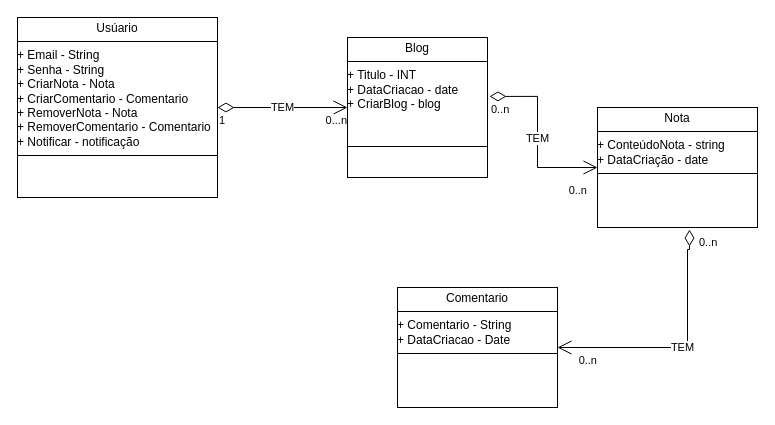
Above: Diagrama sem nome.drawio in Rdfelix/LAB---2019.2 (draw.io), before the change. Source tidied: cells renumbered, new cells numbered last; positions are measured from the earlier drawing's top-left corner, leaving out a move shared by most shapes. Both pictures are drawn from the tidied source at 100%, with x=0, y=0 at pixel (17, 17).
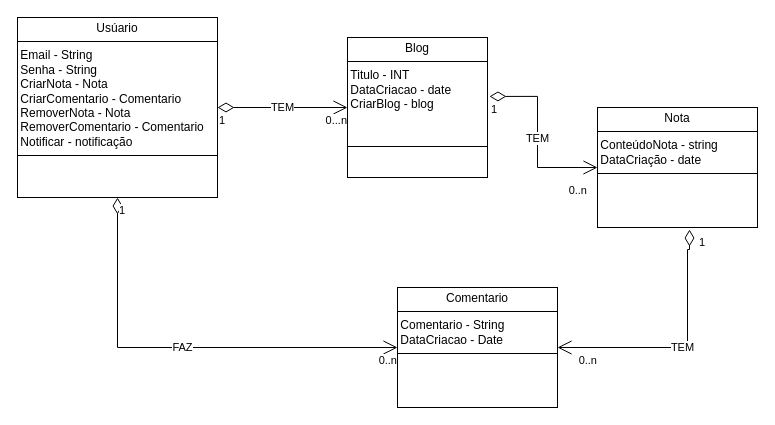
The same diagram, later.

The change refers to these unchanged cells:
```xml
<mxCell id="9" value="TEM" style="endArrow=open;html=1;endSize=12;startArrow=diamondThin;startSize=14;startFill=0;edgeStyle=orthogonalEdgeStyle;rounded=0;exitX=1.014;exitY=0.421;exitDx=0;exitDy=0;exitPerimeter=0;entryX=0;entryY=0.5;entryDx=0;entryDy=0;" parent="1" edge="1" source="4" target="3">
  <mxGeometry relative="1" as="geometry">
    <Array as="points">
      <mxPoint x="520" y="79" />
      <mxPoint x="520" y="150" />
    </Array>
  </mxGeometry>
</mxCell>
<mxCell id="12" value="TEM" style="endArrow=open;html=1;endSize=12;startArrow=diamondThin;startSize=14;startFill=0;edgeStyle=orthogonalEdgeStyle;rounded=0;exitX=0.575;exitY=1.017;exitDx=0;exitDy=0;exitPerimeter=0;entryX=1;entryY=0.5;entryDx=0;entryDy=0;" parent="1" edge="1" source="3" target="5">
  <mxGeometry relative="1" as="geometry">
    <Array as="points">
      <mxPoint x="670" y="232" />
      <mxPoint x="670" y="330" />
    </Array>
  </mxGeometry>
</mxCell>
```

The edit, as a diff of the source:
```diff
@@
-    <mxCell id="2" value="&lt;p style=&quot;margin:0px;margin-top:4px;text-align:center;&quot;&gt;Usúario&lt;/p&gt;&lt;hr size=&quot;1&quot; style=&quot;border-style:solid;&quot;&gt;&lt;div&gt;+ Email - String&lt;/div&gt;&lt;div&gt;+ Senha - String&lt;/div&gt;&lt;div&gt;+ CriarNota - Nota&lt;/div&gt;&lt;div&gt;+ CriarComentario - Comentario&lt;/div&gt;&lt;div&gt;+ RemoverNota - Nota&lt;/div&gt;&lt;div&gt;+ RemoverComentario - Comentario&lt;/div&gt;&lt;div&gt;+ Notificar - notificação&lt;br&gt;&lt;/div&gt;&lt;p style=&quot;margin:0px;margin-left:4px;&quot;&gt;&lt;/p&gt;&lt;hr size=&quot;1&quot; style=&quot;border-style:solid;&quot;&gt;&lt;p style=&quot;margin:0px;margin-left:4px;&quot;&gt;&lt;br&gt;&lt;/p&gt;" style="verticalAlign=top;align=left;overflow=fill;html=1;whiteSpace=wrap;" parent="1" vertex="1">
+    <mxCell id="2" value="&lt;p style=&quot;margin:0px;margin-top:4px;text-align:center;&quot;&gt;Usúario&lt;/p&gt;&lt;hr size=&quot;1&quot; style=&quot;border-style:solid;&quot;&gt;&lt;div&gt;&amp;nbsp;Email - String&lt;/div&gt;&lt;div&gt;&amp;nbsp;Senha - String&lt;/div&gt;&lt;div&gt;&amp;nbsp;CriarNota - Nota&lt;/div&gt;&lt;div&gt;&amp;nbsp;CriarComentario - Comentario&lt;/div&gt;&lt;div&gt;&amp;nbsp;RemoverNota - Nota&lt;/div&gt;&lt;div&gt;&amp;nbsp;RemoverComentario - Comentario&lt;/div&gt;&lt;div&gt;&amp;nbsp;Notificar - notificação&lt;br&gt;&lt;/div&gt;&lt;p style=&quot;margin:0px;margin-left:4px;&quot;&gt;&lt;/p&gt;&lt;hr size=&quot;1&quot; style=&quot;border-style:solid;&quot;&gt;&lt;p style=&quot;margin:0px;margin-left:4px;&quot;&gt;&lt;br&gt;&lt;/p&gt;" style="verticalAlign=top;align=left;overflow=fill;html=1;whiteSpace=wrap;" parent="1" vertex="1">
       <mxGeometry width="200" height="180" as="geometry" />
     </mxCell>
-    <mxCell id="3" value="&lt;p style=&quot;margin:0px;margin-top:4px;text-align:center;&quot;&gt;Nota&lt;/p&gt;&lt;hr size=&quot;1&quot; style=&quot;border-style:solid;&quot;&gt;&lt;div&gt;+ ConteúdoNota - string&lt;/div&gt;&lt;div&gt;+ DataCriação - date&lt;br&gt;&lt;/div&gt;&lt;p style=&quot;margin:0px;margin-left:4px;&quot;&gt;&lt;/p&gt;&lt;hr size=&quot;1&quot; style=&quot;border-style:solid;&quot;&gt;&lt;p style=&quot;margin:0px;margin-left:4px;&quot;&gt;&lt;br&gt;&lt;/p&gt;" style="verticalAlign=top;align=left;overflow=fill;html=1;whiteSpace=wrap;" parent="1" vertex="1">
+    <mxCell id="3" value="&lt;p style=&quot;margin:0px;margin-top:4px;text-align:center;&quot;&gt;Nota&lt;/p&gt;&lt;hr size=&quot;1&quot; style=&quot;border-style:solid;&quot;&gt;&lt;div&gt;&amp;nbsp;ConteúdoNota - string&lt;/div&gt;&lt;div&gt;&amp;nbsp;DataCriação - date&lt;br&gt;&lt;/div&gt;&lt;p style=&quot;margin:0px;margin-left:4px;&quot;&gt;&lt;/p&gt;&lt;hr size=&quot;1&quot; style=&quot;border-style:solid;&quot;&gt;&lt;p style=&quot;margin:0px;margin-left:4px;&quot;&gt;&lt;br&gt;&lt;/p&gt;" style="verticalAlign=top;align=left;overflow=fill;html=1;whiteSpace=wrap;" parent="1" vertex="1">
       <mxGeometry x="580" y="90" width="160" height="120" as="geometry" />
     </mxCell>
-    <mxCell id="4" value="&lt;p style=&quot;margin:0px;margin-top:4px;text-align:center;&quot;&gt;Blog&lt;/p&gt;&lt;hr size=&quot;1&quot; style=&quot;border-style:solid;&quot;&gt;+ Titulo - INT&lt;div&gt;+ DataCriacao - date&lt;/div&gt;&lt;div&gt;&lt;div&gt;+ CriarBlog - blog&lt;/div&gt;&lt;/div&gt;&lt;div&gt;&lt;br&gt;&lt;br&gt;&lt;/div&gt;&lt;hr size=&quot;1&quot; style=&quot;border-style:solid;&quot;&gt;&lt;p style=&quot;margin:0px;margin-left:4px;&quot;&gt;&lt;br&gt;&lt;/p&gt;" style="verticalAlign=top;align=left;overflow=fill;html=1;whiteSpace=wrap;" parent="1" vertex="1">
+    <mxCell id="4" value="&lt;p style=&quot;margin:0px;margin-top:4px;text-align:center;&quot;&gt;Blog&lt;/p&gt;&lt;hr size=&quot;1&quot; style=&quot;border-style:solid;&quot;&gt;&amp;nbsp;Titulo - INT&lt;div&gt;&amp;nbsp;DataCriacao - date&lt;/div&gt;&lt;div&gt;&lt;div&gt;&amp;nbsp;CriarBlog - blog&lt;/div&gt;&lt;/div&gt;&lt;div&gt;&lt;br&gt;&lt;br&gt;&lt;/div&gt;&lt;hr size=&quot;1&quot; style=&quot;border-style:solid;&quot;&gt;&lt;p style=&quot;margin:0px;margin-left:4px;&quot;&gt;&lt;br&gt;&lt;/p&gt;" style="verticalAlign=top;align=left;overflow=fill;html=1;whiteSpace=wrap;" parent="1" vertex="1">
       <mxGeometry x="330" y="20" width="140" height="140" as="geometry" />
     </mxCell>
-    <mxCell id="5" value="&lt;p style=&quot;margin:0px;margin-top:4px;text-align:center;&quot;&gt;Comentario&lt;/p&gt;&lt;hr size=&quot;1&quot; style=&quot;border-style:solid;&quot;&gt;&lt;div&gt;+ Comentario - String&lt;/div&gt;&lt;div&gt;+ DataCriacao - Date&lt;br&gt;&lt;/div&gt;&lt;p style=&quot;margin:0px;margin-left:4px;&quot;&gt;&lt;/p&gt;&lt;hr size=&quot;1&quot; style=&quot;border-style:solid;&quot;&gt;&lt;p style=&quot;margin:0px;margin-left:4px;&quot;&gt;&lt;br&gt;&lt;/p&gt;" style="verticalAlign=top;align=left;overflow=fill;html=1;whiteSpace=wrap;" parent="1" vertex="1">
+    <mxCell id="5" value="&lt;p style=&quot;margin:0px;margin-top:4px;text-align:center;&quot;&gt;Comentario&lt;/p&gt;&lt;hr size=&quot;1&quot; style=&quot;border-style:solid;&quot;&gt;&lt;div&gt;&amp;nbsp;Comentario - String&lt;/div&gt;&lt;div&gt;&amp;nbsp;DataCriacao - Date&lt;br&gt;&lt;/div&gt;&lt;p style=&quot;margin:0px;margin-left:4px;&quot;&gt;&lt;/p&gt;&lt;hr size=&quot;1&quot; style=&quot;border-style:solid;&quot;&gt;&lt;p style=&quot;margin:0px;margin-left:4px;&quot;&gt;&lt;br&gt;&lt;/p&gt;" style="verticalAlign=top;align=left;overflow=fill;html=1;whiteSpace=wrap;" parent="1" vertex="1">
       <mxGeometry x="380" y="270" width="160" height="120" as="geometry" />
     </mxCell>
@@
-    <mxCell id="10" value="0..n" style="edgeLabel;html=1;align=left;verticalAlign=top;" parent="9" vertex="1">
+    <mxCell id="10" value="1" style="edgeLabel;html=1;align=left;verticalAlign=top;" parent="9" vertex="1">
       <mxGeometry x="-1" relative="1" as="geometry" />
     </mxCell>
@@
-    <mxCell id="13" value="0..n" style="edgeLabel;html=1;align=left;verticalAlign=top;" parent="12" vertex="1">
+    <mxCell id="13" value="1" style="edgeLabel;html=1;align=left;verticalAlign=top;" parent="12" vertex="1">
       <mxGeometry x="-1" relative="1" as="geometry">
         <mxPoint x="8" as="offset" />
       </mxGeometry>
     </mxCell>
@@
+    <mxCell id="15" value="FAZ" style="endArrow=open;html=1;endSize=12;startArrow=diamondThin;startSize=14;startFill=0;edgeStyle=orthogonalEdgeStyle;rounded=0;exitX=0.5;exitY=1;exitDx=0;exitDy=0;entryX=0;entryY=0.5;entryDx=0;entryDy=0;" parent="1" edge="1" source="2" target="5">
+      <mxGeometry relative="1" as="geometry" />
+    </mxCell>
+    <mxCell id="16" value="1" style="edgeLabel;html=1;align=left;verticalAlign=top;" parent="15" vertex="1">
+      <mxGeometry x="-1" relative="1" as="geometry" />
+    </mxCell>
+    <mxCell id="17" value="0..n" style="edgeLabel;html=1;align=right;verticalAlign=top;" parent="15" vertex="1">
+      <mxGeometry x="1" relative="1" as="geometry" />
+    </mxCell>
```
